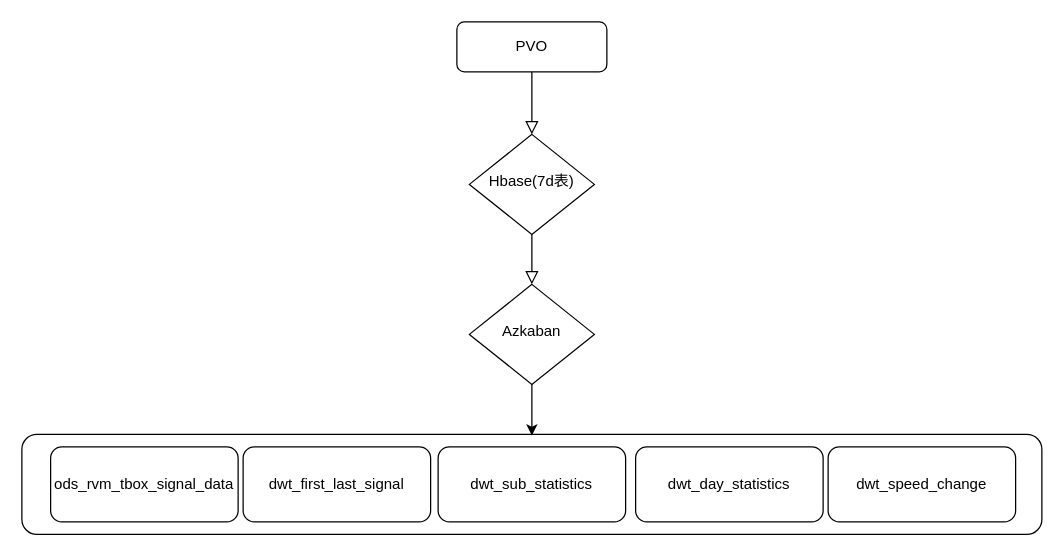
zhangdeshuai409930360/diagrams keeps this draw.io diagram as 未命名绘图.drawio. Above is the earlier version. Source tidied: cells renumbered, new cells numbered last; positions are measured from the earlier drawing's top-left corner, leaving out a move shared by most shapes. Both pictures are drawn from the tidied source at 125%, with x=0, y=0 at pixel (21, 21).
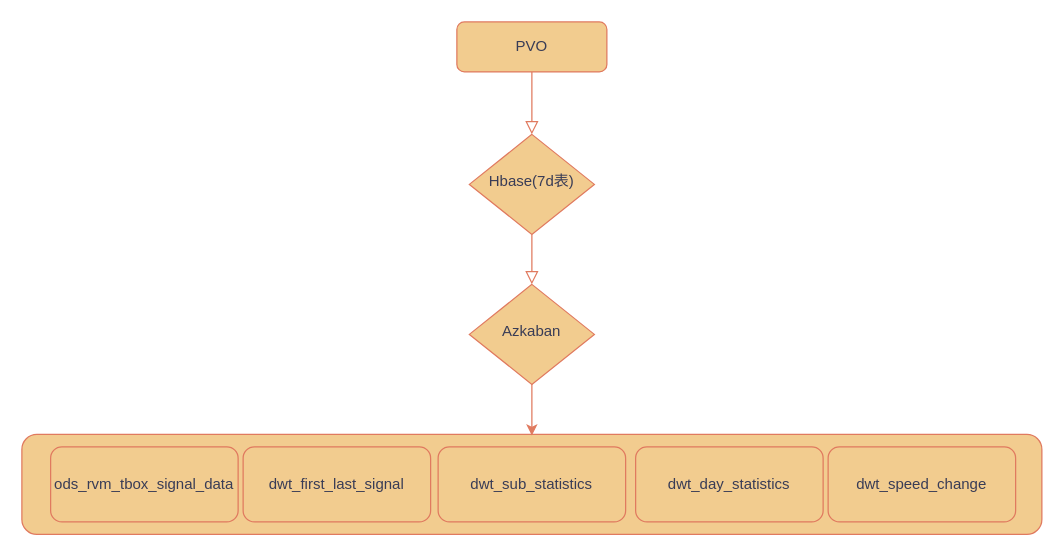
The same page after the edit.

Commit message:
更新未命名绘图.drawio

The edit, as a diff of the source:
```diff
@@
 <mxGraphModel>
   <root>
     <mxCell id="0" />
     <mxCell id="1" parent="0" />
-    <mxCell id="2" style="rounded=1;whiteSpace=wrap;html=1;labelBackgroundColor=none;" parent="1" vertex="1">
+    <mxCell id="2" style="rounded=1;whiteSpace=wrap;html=1;labelBackgroundColor=none;fillColor=#F2CC8F;strokeColor=#E07A5F;fontColor=#393C56;" parent="1" vertex="1">
       <mxGeometry y="330" width="816" height="80" as="geometry" />
     </mxCell>
-    <mxCell id="3" style="rounded=0;html=1;jettySize=auto;fontSize=11;endArrow=block;endFill=0;endSize=8;strokeWidth=1;shadow=0;labelBackgroundColor=none;edgeStyle=orthogonalEdgeStyle;fontColor=default;" parent="1" edge="1" source="4" target="6">
+    <mxCell id="3" style="rounded=0;html=1;jettySize=auto;fontSize=11;endArrow=block;endFill=0;endSize=8;strokeWidth=1;shadow=0;labelBackgroundColor=none;edgeStyle=orthogonalEdgeStyle;fontColor=default;strokeColor=#E07A5F;" parent="1" edge="1" source="4" target="6">
       <mxGeometry relative="1" as="geometry" />
     </mxCell>
-    <mxCell id="4" value="PVO" style="rounded=1;whiteSpace=wrap;html=1;fontSize=12;glass=0;strokeWidth=1;shadow=0;labelBackgroundColor=none;" parent="1" vertex="1">
+    <mxCell id="4" value="PVO" style="rounded=1;whiteSpace=wrap;html=1;fontSize=12;glass=0;strokeWidth=1;shadow=0;labelBackgroundColor=none;fillColor=#F2CC8F;strokeColor=#E07A5F;fontColor=#393C56;" parent="1" vertex="1">
       <mxGeometry x="348" width="120" height="40" as="geometry" />
     </mxCell>
-    <mxCell id="5" style="rounded=0;html=1;jettySize=auto;fontSize=11;endArrow=block;endFill=0;endSize=8;strokeWidth=1;shadow=0;labelBackgroundColor=none;edgeStyle=orthogonalEdgeStyle;fontColor=default;" parent="1" edge="1" source="6" target="8">
+    <mxCell id="5" style="rounded=0;html=1;jettySize=auto;fontSize=11;endArrow=block;endFill=0;endSize=8;strokeWidth=1;shadow=0;labelBackgroundColor=none;edgeStyle=orthogonalEdgeStyle;fontColor=default;strokeColor=#E07A5F;" parent="1" edge="1" source="6" target="8">
       <mxGeometry y="30" relative="1" as="geometry" />
     </mxCell>
-    <mxCell id="6" value="Hbase(7d表)" style="rhombus;whiteSpace=wrap;html=1;shadow=0;fontFamily=Helvetica;fontSize=12;align=center;strokeWidth=1;spacing=6;spacingTop=-4;labelBackgroundColor=none;" parent="1" vertex="1">
+    <mxCell id="6" value="Hbase(7d表)" style="rhombus;whiteSpace=wrap;html=1;shadow=0;fontFamily=Helvetica;fontSize=12;align=center;strokeWidth=1;spacing=6;spacingTop=-4;labelBackgroundColor=none;fillColor=#F2CC8F;strokeColor=#E07A5F;fontColor=#393C56;" parent="1" vertex="1">
       <mxGeometry x="358" y="90" width="100" height="80" as="geometry" />
     </mxCell>
-    <mxCell id="7" style="edgeStyle=orthogonalEdgeStyle;rounded=0;orthogonalLoop=1;jettySize=auto;html=1;fontColor=default;labelBackgroundColor=none;" parent="1" edge="1">
+    <mxCell id="7" style="edgeStyle=orthogonalEdgeStyle;rounded=0;orthogonalLoop=1;jettySize=auto;html=1;fontColor=default;labelBackgroundColor=none;strokeColor=#E07A5F;" parent="1" edge="1">
       <mxGeometry relative="1" as="geometry">
         <mxPoint x="408" y="281" as="sourcePoint" />
         <mxPoint x="408" y="331" as="targetPoint" />
       </mxGeometry>
     </mxCell>
-    <mxCell id="8" value="Azkaban" style="rhombus;whiteSpace=wrap;html=1;shadow=0;fontFamily=Helvetica;fontSize=12;align=center;strokeWidth=1;spacing=6;spacingTop=-4;labelBackgroundColor=none;" parent="1" vertex="1">
+    <mxCell id="8" value="Azkaban" style="rhombus;whiteSpace=wrap;html=1;shadow=0;fontFamily=Helvetica;fontSize=12;align=center;strokeWidth=1;spacing=6;spacingTop=-4;labelBackgroundColor=none;fillColor=#F2CC8F;strokeColor=#E07A5F;fontColor=#393C56;" parent="1" vertex="1">
       <mxGeometry x="358" y="210" width="100" height="80" as="geometry" />
     </mxCell>
-    <mxCell id="9" value="ods_rvm_tbox_signal_data" style="rounded=1;whiteSpace=wrap;html=1;labelBackgroundColor=none;" parent="1" vertex="1">
+    <mxCell id="9" value="ods_rvm_tbox_signal_data" style="rounded=1;whiteSpace=wrap;html=1;labelBackgroundColor=none;fillColor=#F2CC8F;strokeColor=#E07A5F;fontColor=#393C56;" parent="1" vertex="1">
       <mxGeometry x="23" y="340" width="150" height="60" as="geometry" />
     </mxCell>
-    <mxCell id="10" value="dwt_first_last_signal" style="rounded=1;whiteSpace=wrap;html=1;labelBackgroundColor=none;" parent="1" vertex="1">
+    <mxCell id="10" value="dwt_first_last_signal" style="rounded=1;whiteSpace=wrap;html=1;labelBackgroundColor=none;fillColor=#F2CC8F;strokeColor=#E07A5F;fontColor=#393C56;" parent="1" vertex="1">
       <mxGeometry x="177" y="340" width="150" height="60" as="geometry" />
     </mxCell>
-    <mxCell id="11" value="dwt_sub_statistics" style="rounded=1;whiteSpace=wrap;html=1;labelBackgroundColor=none;" parent="1" vertex="1">
+    <mxCell id="11" value="dwt_sub_statistics" style="rounded=1;whiteSpace=wrap;html=1;labelBackgroundColor=none;fillColor=#F2CC8F;strokeColor=#E07A5F;fontColor=#393C56;" parent="1" vertex="1">
       <mxGeometry x="333" y="340" width="150" height="60" as="geometry" />
     </mxCell>
-    <mxCell id="12" value="dwt_day_statistics" style="rounded=1;whiteSpace=wrap;html=1;labelBackgroundColor=none;" parent="1" vertex="1">
+    <mxCell id="12" value="dwt_day_statistics" style="rounded=1;whiteSpace=wrap;html=1;labelBackgroundColor=none;fillColor=#F2CC8F;strokeColor=#E07A5F;fontColor=#393C56;" parent="1" vertex="1">
       <mxGeometry x="491" y="340" width="150" height="60" as="geometry" />
     </mxCell>
-    <mxCell id="13" value="dwt_speed_change" style="rounded=1;whiteSpace=wrap;html=1;labelBackgroundColor=none;" parent="1" vertex="1">
+    <mxCell id="13" value="dwt_speed_change" style="rounded=1;whiteSpace=wrap;html=1;labelBackgroundColor=none;fillColor=#F2CC8F;strokeColor=#E07A5F;fontColor=#393C56;" parent="1" vertex="1">
       <mxGeometry x="645" y="340" width="150" height="60" as="geometry" />
     </mxCell>
   </root>
 </mxGraphModel>
```
